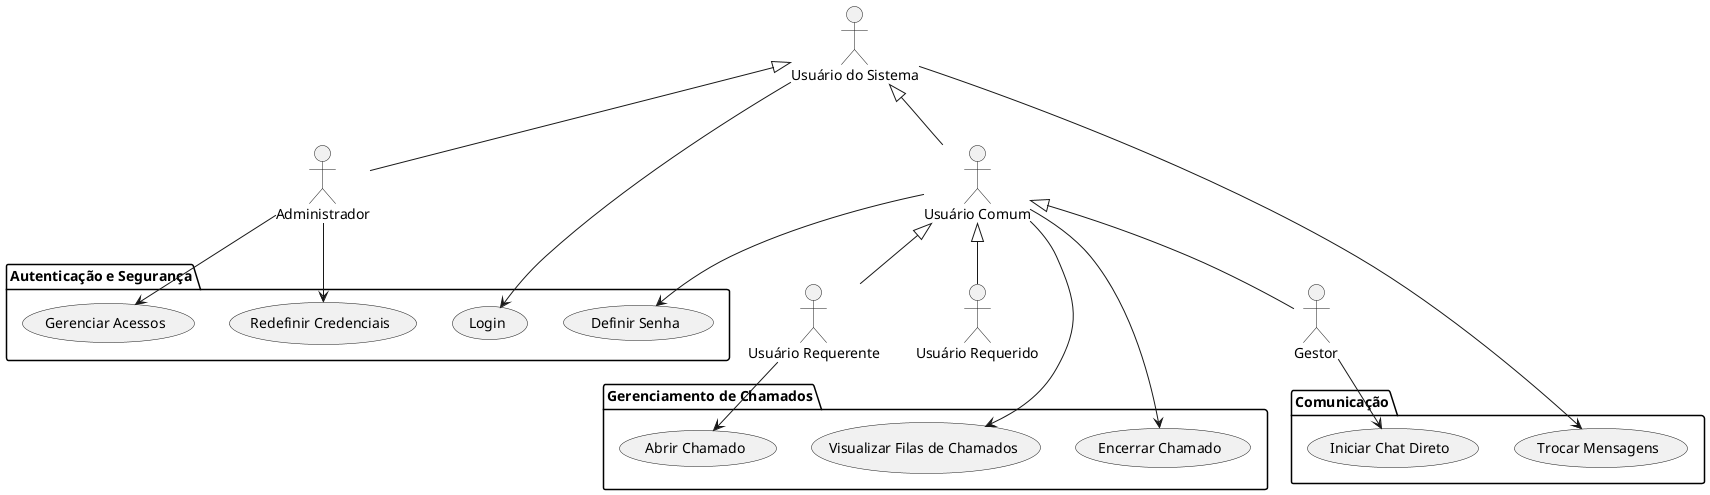
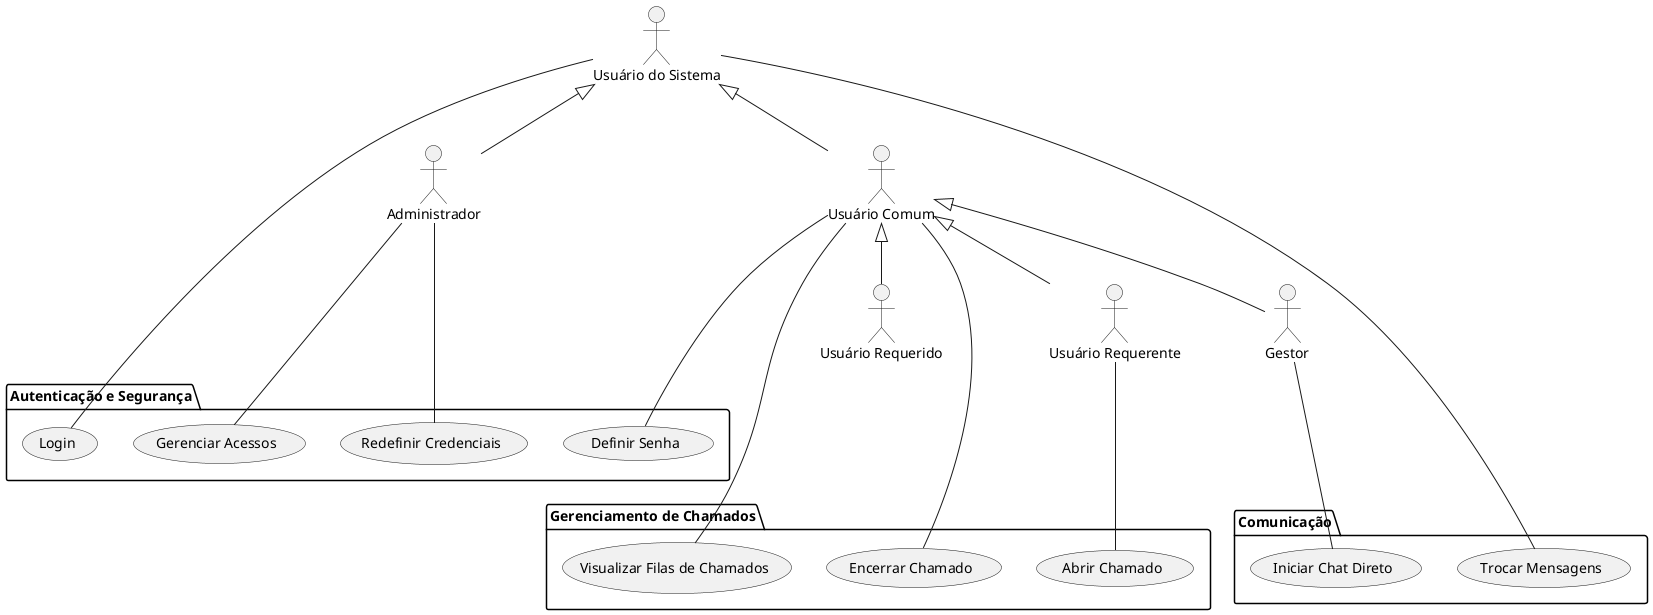
@startuml
' Definição dos Atores e Hierarquia
actor "Usuário do Sistema" as US
actor "Administrador" as Admin
actor "Usuário Comum" as UC
actor "Usuário Requerente" as UReq
actor "Usuário Requerido" as URec
actor "Gestor" as Gestor


US <|-- Admin
US <|-- UC
UC <|-- UReq
UC <|-- URec
UC <|-- Gestor


' Autenticação e Segurança
package "Autenticação e Segurança" {
    usecase (Login) as UC_Login
    usecase (Definir Senha) as UC_DefinirSenha
    usecase (Redefinir Credenciais) as UC_RedefinirCredenciais
    usecase (Gerenciar Acessos) as UC_GerenciarAcessos
}

' Comunicação
package "Comunicação" {
    usecase (Trocar Mensagens) as UC_TrocarMensagens
    usecase (Iniciar Chat Direto) as UC_ChatDireto
}

' Gerenciamento de Chamados
package "Gerenciamento de Chamados" {
    usecase (Abrir Chamado) as UC_AbrirChamado
    usecase (Visualizar Filas de Chamados) as UC_VisualizarFilas
    usecase (Encerrar Chamado) as UC_EncerrarChamado
}


' Usuário do Sistema (todos herdam)
- US --> UC_Login
- US --> UC_TrocarMensagens
+ US --- UC_Login
+ US --- UC_TrocarMensagens

' Usuário Comum
- UC --> UC_DefinirSenha
+ UC --- UC_DefinirSenha
'(essa de definir senha eu não tenho certeza)
- UC --> UC_EncerrarChamado
- UC --> UC_VisualizarFilas
+ UC --- UC_EncerrarChamado
+ UC --- UC_VisualizarFilas

' Usuário Requerente
- UReq --> UC_AbrirChamado
+ UReq --- UC_AbrirChamado

' Gestor
- Gestor --> UC_ChatDireto
+ Gestor --- UC_ChatDireto

' Administrador
- Admin --> UC_GerenciarAcessos
- Admin --> UC_RedefinirCredenciais
+ Admin --- UC_GerenciarAcessos
+ Admin --- UC_RedefinirCredenciais

@enduml